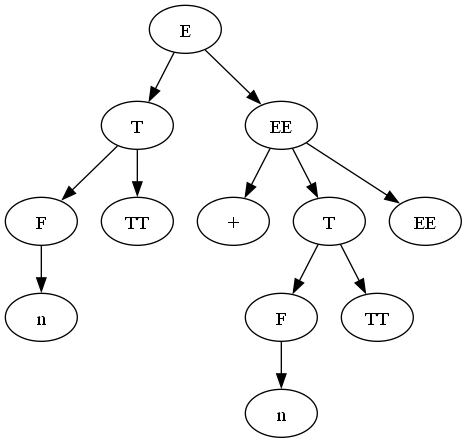
Before: lab4/graphA1.png, a diagram exported from Graphviz (Ultimatereo/MT). Its source is kept beside it as lab4/graphA1.dot. Its diagram source:
```dot
digraph ParserResult {
"NonTerminal[name=E]_16" [label="E"]
"NonTerminal[name=T]_8" [label="T"]
"NonTerminal[name=E]_16"->"NonTerminal[name=T]_8";
"NonTerminal[name=T]_8" [label="T"]
"NonTerminal[name=F]_6" [label="F"]
"NonTerminal[name=T]_8"->"NonTerminal[name=F]_6";
"NonTerminal[name=F]_6" [label="F"]
"Token{name='n', value='1'}_5" [label="n"]
"NonTerminal[name=F]_6"->"Token{name='n', value='1'}_5";
"Token{name='n', value='1'}_5" [label="n"]
"NonTerminal[name=TT]_7" [label="TT"]
"NonTerminal[name=T]_8"->"NonTerminal[name=TT]_7";
"NonTerminal[name=TT]_7" [label="TT"]
"NonTerminal[name=EE]_15" [label="EE"]
"NonTerminal[name=E]_16"->"NonTerminal[name=EE]_15";
"NonTerminal[name=EE]_15" [label="EE"]
"Token{name='+', value='+'}_9" [label="+"]
"NonTerminal[name=EE]_15"->"Token{name='+', value='+'}_9";
"Token{name='+', value='+'}_9" [label="+"]
"NonTerminal[name=T]_13" [label="T"]
"NonTerminal[name=EE]_15"->"NonTerminal[name=T]_13";
"NonTerminal[name=T]_13" [label="T"]
"NonTerminal[name=F]_11" [label="F"]
"NonTerminal[name=T]_13"->"NonTerminal[name=F]_11";
"NonTerminal[name=F]_11" [label="F"]
"Token{name='n', value='2'}_10" [label="n"]
"NonTerminal[name=F]_11"->"Token{name='n', value='2'}_10";
"Token{name='n', value='2'}_10" [label="n"]
"NonTerminal[name=TT]_12" [label="TT"]
"NonTerminal[name=T]_13"->"NonTerminal[name=TT]_12";
"NonTerminal[name=TT]_12" [label="TT"]
"NonTerminal[name=EE]_14" [label="EE"]
"NonTerminal[name=EE]_15"->"NonTerminal[name=EE]_14";
"NonTerminal[name=EE]_14" [label="EE"]
}
```
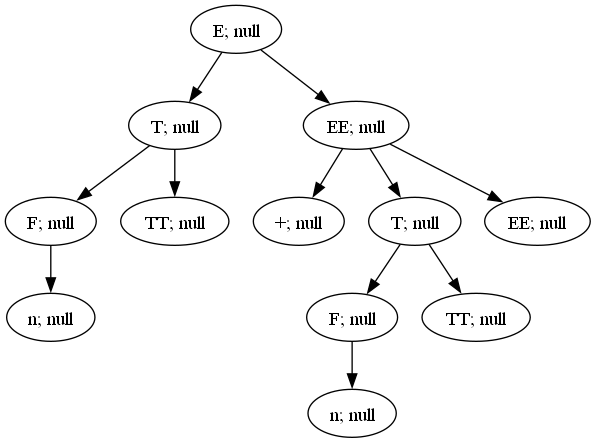
The same diagram one commit later.

Diff of the diagram source:
```diff
@@ -1,36 +1,36 @@
 digraph ParserResult {
-"NonTerminal[name=E]_16" [label="E"]
-"NonTerminal[name=T]_8" [label="T"]
+"NonTerminal[name=E]_16" [label="E; null"]
+"NonTerminal[name=T]_8" [label="T; null"]
 "NonTerminal[name=E]_16"->"NonTerminal[name=T]_8";
-"NonTerminal[name=T]_8" [label="T"]
-"NonTerminal[name=F]_6" [label="F"]
+"NonTerminal[name=T]_8" [label="T; null"]
+"NonTerminal[name=F]_6" [label="F; null"]
 "NonTerminal[name=T]_8"->"NonTerminal[name=F]_6";
-"NonTerminal[name=F]_6" [label="F"]
-"Token{name='n', value='1'}_5" [label="n"]
+"NonTerminal[name=F]_6" [label="F; null"]
+"Token{name='n', value='1'}_5" [label="n; null"]
 "NonTerminal[name=F]_6"->"Token{name='n', value='1'}_5";
-"Token{name='n', value='1'}_5" [label="n"]
-"NonTerminal[name=TT]_7" [label="TT"]
+"Token{name='n', value='1'}_5" [label="n; null"]
+"NonTerminal[name=TT]_7" [label="TT; null"]
 "NonTerminal[name=T]_8"->"NonTerminal[name=TT]_7";
-"NonTerminal[name=TT]_7" [label="TT"]
-"NonTerminal[name=EE]_15" [label="EE"]
+"NonTerminal[name=TT]_7" [label="TT; null"]
+"NonTerminal[name=EE]_15" [label="EE; null"]
 "NonTerminal[name=E]_16"->"NonTerminal[name=EE]_15";
-"NonTerminal[name=EE]_15" [label="EE"]
-"Token{name='+', value='+'}_9" [label="+"]
+"NonTerminal[name=EE]_15" [label="EE; null"]
+"Token{name='+', value='+'}_9" [label="+; null"]
 "NonTerminal[name=EE]_15"->"Token{name='+', value='+'}_9";
-"Token{name='+', value='+'}_9" [label="+"]
-"NonTerminal[name=T]_13" [label="T"]
+"Token{name='+', value='+'}_9" [label="+; null"]
+"NonTerminal[name=T]_13" [label="T; null"]
 "NonTerminal[name=EE]_15"->"NonTerminal[name=T]_13";
-"NonTerminal[name=T]_13" [label="T"]
-"NonTerminal[name=F]_11" [label="F"]
+"NonTerminal[name=T]_13" [label="T; null"]
+"NonTerminal[name=F]_11" [label="F; null"]
 "NonTerminal[name=T]_13"->"NonTerminal[name=F]_11";
-"NonTerminal[name=F]_11" [label="F"]
-"Token{name='n', value='2'}_10" [label="n"]
+"NonTerminal[name=F]_11" [label="F; null"]
+"Token{name='n', value='2'}_10" [label="n; null"]
 "NonTerminal[name=F]_11"->"Token{name='n', value='2'}_10";
-"Token{name='n', value='2'}_10" [label="n"]
-"NonTerminal[name=TT]_12" [label="TT"]
+"Token{name='n', value='2'}_10" [label="n; null"]
+"NonTerminal[name=TT]_12" [label="TT; null"]
 "NonTerminal[name=T]_13"->"NonTerminal[name=TT]_12";
-"NonTerminal[name=TT]_12" [label="TT"]
-"NonTerminal[name=EE]_14" [label="EE"]
+"NonTerminal[name=TT]_12" [label="TT; null"]
+"NonTerminal[name=EE]_14" [label="EE; null"]
 "NonTerminal[name=EE]_15"->"NonTerminal[name=EE]_14";
-"NonTerminal[name=EE]_14" [label="EE"]
+"NonTerminal[name=EE]_14" [label="EE; null"]
 }
```
